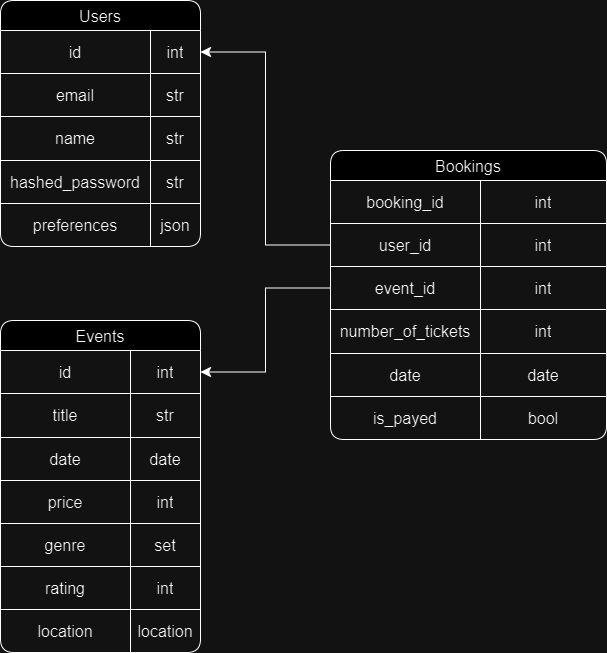
Above: db_scheme/db.png in dkutugin3/TootEvent (draw.io), before the change. Source tidied: cells renumbered, new cells last; positions are measured from the earlier drawing's top-left corner, leaving out a move shared by most shapes.
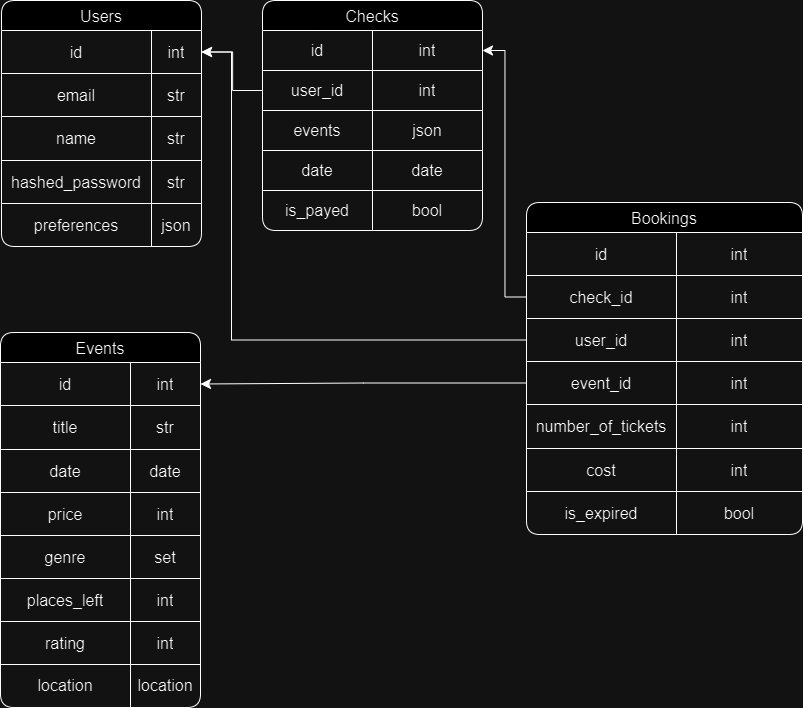
Above is the later version.

Diff of the diagram source:
```diff
@@ -3,7 +3,7 @@
     <mxCell id="0" />
     <mxCell id="1" parent="0" />
     <mxCell id="2" value="Users" style="shape=table;startSize=30;strokeColor=default;fontSize=16;rounded=1;" parent="1" vertex="1">
-      <mxGeometry width="200" height="246" as="geometry" />
+      <mxGeometry y="10" width="200" height="246" as="geometry" />
     </mxCell>
     <mxCell id="3" style="shape=tableRow;horizontal=0;startSize=0;swimlaneHead=0;swimlaneBody=0;strokeColor=inherit;top=0;left=0;bottom=0;right=0;fillColor=none;points=[[0,0.5],[1,0.5]];portConstraint=eastwest;fontSize=16;" parent="2" vertex="1">
       <mxGeometry y="30" width="200" height="43" as="geometry" />
@@ -51,7 +51,7 @@
       <mxGeometry x="150" width="50" height="43" as="geometry" />
     </mxCell>
     <mxCell id="18" value="Events" style="shape=table;startSize=30;strokeColor=default;fontSize=16;rounded=1;" parent="1" vertex="1">
-      <mxGeometry y="320" width="200" height="332" as="geometry" />
+      <mxGeometry x="-1" y="342" width="200" height="375" as="geometry" />
     </mxCell>
     <mxCell id="19" style="shape=tableRow;horizontal=0;startSize=0;swimlaneHead=0;swimlaneBody=0;strokeColor=inherit;top=0;left=0;bottom=0;right=0;fillColor=none;points=[[0,0.5],[1,0.5]];portConstraint=eastwest;fontSize=16;" parent="18" vertex="1">
       <mxGeometry y="30" width="200" height="43" as="geometry" />
@@ -98,8 +98,17 @@
     <mxCell id="33" value="set" style="shape=partialRectangle;html=1;whiteSpace=wrap;strokeColor=inherit;overflow=hidden;fillColor=none;top=0;left=0;bottom=0;right=0;fontSize=16;align=center;" parent="31" vertex="1">
       <mxGeometry x="130" width="70" height="43" as="geometry" />
     </mxCell>
+    <mxCell id="61" style="shape=tableRow;horizontal=0;startSize=0;swimlaneHead=0;swimlaneBody=0;strokeColor=inherit;top=0;left=0;bottom=0;right=0;fillColor=none;fontSize=16;" parent="18" vertex="1">
+      <mxGeometry y="246" width="200" height="43" as="geometry" />
+    </mxCell>
+    <mxCell id="62" value="places_left" style="shape=partialRectangle;html=1;whiteSpace=wrap;strokeColor=inherit;overflow=hidden;fillColor=none;top=0;left=0;bottom=0;right=0;fontSize=16;" parent="61" vertex="1">
+      <mxGeometry width="130" height="43" as="geometry" />
+    </mxCell>
+    <mxCell id="63" value="int" style="shape=partialRectangle;html=1;whiteSpace=wrap;strokeColor=inherit;overflow=hidden;fillColor=none;top=0;left=0;bottom=0;right=0;fontSize=16;align=center;" parent="61" vertex="1">
+      <mxGeometry x="130" width="70" height="43" as="geometry" />
+    </mxCell>
     <mxCell id="34" style="shape=tableRow;horizontal=0;startSize=0;swimlaneHead=0;swimlaneBody=0;strokeColor=inherit;top=0;left=0;bottom=0;right=0;fillColor=none;fontSize=16;" parent="18" vertex="1">
-      <mxGeometry y="246" width="200" height="43" as="geometry" />
+      <mxGeometry y="289" width="200" height="43" as="geometry" />
     </mxCell>
     <mxCell id="35" value="rating" style="shape=partialRectangle;html=1;whiteSpace=wrap;strokeColor=inherit;overflow=hidden;fillColor=none;top=0;left=0;bottom=0;right=0;fontSize=16;" parent="34" vertex="1">
       <mxGeometry width="130" height="43" as="geometry" />
@@ -108,7 +117,7 @@
       <mxGeometry x="130" width="70" height="43" as="geometry" />
     </mxCell>
     <mxCell id="37" style="shape=tableRow;horizontal=0;startSize=0;swimlaneHead=0;swimlaneBody=0;strokeColor=inherit;top=0;left=0;bottom=0;right=0;fillColor=none;fontSize=16;" parent="18" vertex="1">
-      <mxGeometry y="289" width="200" height="43" as="geometry" />
+      <mxGeometry y="332" width="200" height="43" as="geometry" />
     </mxCell>
     <mxCell id="38" value="location" style="shape=partialRectangle;html=1;whiteSpace=wrap;strokeColor=inherit;overflow=hidden;fillColor=none;top=0;left=0;bottom=0;right=0;fontSize=16;" parent="37" vertex="1">
       <mxGeometry width="130" height="43" as="geometry" />
@@ -117,12 +126,12 @@
       <mxGeometry x="130" width="70" height="43" as="geometry" />
     </mxCell>
     <mxCell id="40" value="Bookings" style="shape=table;startSize=30;strokeColor=default;fontSize=16;rounded=1;" parent="1" vertex="1">
-      <mxGeometry x="330" y="150" width="276" height="289" as="geometry" />
+      <mxGeometry x="525" y="212" width="276" height="332" as="geometry" />
     </mxCell>
     <mxCell id="41" style="shape=tableRow;horizontal=0;startSize=0;swimlaneHead=0;swimlaneBody=0;strokeColor=inherit;top=0;left=0;bottom=0;right=0;fillColor=none;fontSize=16;" parent="40" vertex="1">
       <mxGeometry y="30" width="276" height="43" as="geometry" />
     </mxCell>
-    <mxCell id="42" value="booking_id" style="shape=partialRectangle;html=1;whiteSpace=wrap;strokeColor=inherit;overflow=hidden;fillColor=none;top=0;left=0;bottom=0;right=0;fontSize=16;" parent="41" vertex="1">
+    <mxCell id="42" value="id" style="shape=partialRectangle;html=1;whiteSpace=wrap;strokeColor=inherit;overflow=hidden;fillColor=none;top=0;left=0;bottom=0;right=0;fontSize=16;" parent="41" vertex="1">
       <mxGeometry width="150" height="43" as="geometry" />
     </mxCell>
     <mxCell id="43" value="int" style="shape=partialRectangle;html=1;whiteSpace=wrap;strokeColor=inherit;overflow=hidden;fillColor=none;top=0;left=0;bottom=0;right=0;fontSize=16;align=center;" parent="41" vertex="1">
@@ -131,14 +140,23 @@
     <mxCell id="44" style="shape=tableRow;horizontal=0;startSize=0;swimlaneHead=0;swimlaneBody=0;strokeColor=inherit;top=0;left=0;bottom=0;right=0;fillColor=none;points=[[0,0.5],[1,0.5]];portConstraint=eastwest;fontSize=16;" parent="40" vertex="1">
       <mxGeometry y="73" width="276" height="43" as="geometry" />
     </mxCell>
-    <mxCell id="45" value="user_id" style="shape=partialRectangle;html=1;whiteSpace=wrap;strokeColor=inherit;overflow=hidden;fillColor=none;top=0;left=0;bottom=0;right=0;fontSize=16;" parent="44" vertex="1">
+    <mxCell id="45" value="check_id" style="shape=partialRectangle;html=1;whiteSpace=wrap;strokeColor=inherit;overflow=hidden;fillColor=none;top=0;left=0;bottom=0;right=0;fontSize=16;" parent="44" vertex="1">
       <mxGeometry width="150" height="43" as="geometry" />
     </mxCell>
     <mxCell id="46" value="int" style="shape=partialRectangle;html=1;whiteSpace=wrap;strokeColor=inherit;overflow=hidden;fillColor=none;top=0;left=0;bottom=0;right=0;fontSize=16;align=center;" parent="44" vertex="1">
       <mxGeometry x="150" width="126" height="43" as="geometry" />
     </mxCell>
+    <mxCell id="64" style="shape=tableRow;horizontal=0;startSize=0;swimlaneHead=0;swimlaneBody=0;strokeColor=inherit;top=0;left=0;bottom=0;right=0;fillColor=none;points=[[0,0.5],[1,0.5]];portConstraint=eastwest;fontSize=16;" parent="40" vertex="1">
+      <mxGeometry y="116" width="276" height="43" as="geometry" />
+    </mxCell>
+    <mxCell id="65" value="user_id" style="shape=partialRectangle;html=1;whiteSpace=wrap;strokeColor=inherit;overflow=hidden;fillColor=none;top=0;left=0;bottom=0;right=0;fontSize=16;" parent="64" vertex="1">
+      <mxGeometry width="150" height="43" as="geometry" />
+    </mxCell>
+    <mxCell id="66" value="int" style="shape=partialRectangle;html=1;whiteSpace=wrap;strokeColor=inherit;overflow=hidden;fillColor=none;top=0;left=0;bottom=0;right=0;fontSize=16;align=center;" parent="64" vertex="1">
+      <mxGeometry x="150" width="126" height="43" as="geometry" />
+    </mxCell>
     <mxCell id="47" style="shape=tableRow;horizontal=0;startSize=0;swimlaneHead=0;swimlaneBody=0;strokeColor=inherit;top=0;left=0;bottom=0;right=0;fillColor=none;points=[[0,0.5],[1,0.5]];portConstraint=eastwest;fontSize=16;" parent="40" vertex="1">
-      <mxGeometry y="116" width="276" height="43" as="geometry" />
+      <mxGeometry y="159" width="276" height="43" as="geometry" />
     </mxCell>
     <mxCell id="48" value="event_id" style="shape=partialRectangle;html=1;whiteSpace=wrap;strokeColor=inherit;overflow=hidden;fillColor=none;top=0;left=0;bottom=0;right=0;fontSize=16;" parent="47" vertex="1">
       <mxGeometry width="150" height="43" as="geometry" />
@@ -147,7 +165,7 @@
       <mxGeometry x="150" width="126" height="43" as="geometry" />
     </mxCell>
     <mxCell id="50" style="shape=tableRow;horizontal=0;startSize=0;swimlaneHead=0;swimlaneBody=0;strokeColor=inherit;top=0;left=0;bottom=0;right=0;fillColor=none;fontSize=16;" parent="40" vertex="1">
-      <mxGeometry y="159" width="276" height="44" as="geometry" />
+      <mxGeometry y="202" width="276" height="44" as="geometry" />
     </mxCell>
     <mxCell id="51" value="number_of_tickets" style="shape=partialRectangle;html=1;whiteSpace=wrap;strokeColor=inherit;overflow=hidden;fillColor=none;top=0;left=0;bottom=0;right=0;fontSize=16;" parent="50" vertex="1">
       <mxGeometry width="150" height="44" as="geometry" />
@@ -155,29 +173,87 @@
     <mxCell id="52" value="int" style="shape=partialRectangle;html=1;whiteSpace=wrap;strokeColor=inherit;overflow=hidden;fillColor=none;top=0;left=0;bottom=0;right=0;fontSize=16;align=center;" parent="50" vertex="1">
       <mxGeometry x="150" width="126" height="44" as="geometry" />
     </mxCell>
-    <mxCell id="53" style="shape=tableRow;horizontal=0;startSize=0;swimlaneHead=0;swimlaneBody=0;strokeColor=inherit;top=0;left=0;bottom=0;right=0;fillColor=none;fontSize=16;" parent="40" vertex="1">
-      <mxGeometry y="203" width="276" height="43" as="geometry" />
-    </mxCell>
-    <mxCell id="54" value="date" style="shape=partialRectangle;html=1;whiteSpace=wrap;strokeColor=inherit;overflow=hidden;fillColor=none;top=0;left=0;bottom=0;right=0;fontSize=16;" parent="53" vertex="1">
-      <mxGeometry width="150" height="43" as="geometry" />
-    </mxCell>
-    <mxCell id="55" value="date" style="shape=partialRectangle;html=1;whiteSpace=wrap;strokeColor=inherit;overflow=hidden;fillColor=none;top=0;left=0;bottom=0;right=0;fontSize=16;align=center;" parent="53" vertex="1">
-      <mxGeometry x="150" width="126" height="43" as="geometry" />
-    </mxCell>
     <mxCell id="56" style="shape=tableRow;horizontal=0;startSize=0;swimlaneHead=0;swimlaneBody=0;strokeColor=inherit;top=0;left=0;bottom=0;right=0;fillColor=none;fontSize=16;" parent="40" vertex="1">
       <mxGeometry y="246" width="276" height="43" as="geometry" />
     </mxCell>
-    <mxCell id="57" value="is_payed" style="shape=partialRectangle;html=1;whiteSpace=wrap;strokeColor=inherit;overflow=hidden;fillColor=none;top=0;left=0;bottom=0;right=0;fontSize=16;" parent="56" vertex="1">
+    <mxCell id="57" value="cost" style="shape=partialRectangle;html=1;whiteSpace=wrap;strokeColor=inherit;overflow=hidden;fillColor=none;top=0;left=0;bottom=0;right=0;fontSize=16;" parent="56" vertex="1">
       <mxGeometry width="150" height="43" as="geometry" />
     </mxCell>
-    <mxCell id="58" value="bool" style="shape=partialRectangle;html=1;whiteSpace=wrap;strokeColor=inherit;overflow=hidden;fillColor=none;top=0;left=0;bottom=0;right=0;fontSize=16;align=center;" parent="56" vertex="1">
+    <mxCell id="58" value="int" style="shape=partialRectangle;html=1;whiteSpace=wrap;strokeColor=inherit;overflow=hidden;fillColor=none;top=0;left=0;bottom=0;right=0;fontSize=16;align=center;" parent="56" vertex="1">
       <mxGeometry x="150" width="126" height="43" as="geometry" />
     </mxCell>
-    <mxCell id="59" style="edgeStyle=elbowEdgeStyle;elbow=horizontal;endArrow=classic;html=1;curved=0;rounded=0;endSize=8;startSize=8;exitX=0;exitY=0.5;exitDx=0;exitDy=0;entryX=1;entryY=0.5;entryDx=0;entryDy=0;" parent="1" edge="1" source="44" target="3">
-      <mxGeometry relative="1" as="geometry" />
-    </mxCell>
+    <mxCell id="67" style="shape=tableRow;horizontal=0;startSize=0;swimlaneHead=0;swimlaneBody=0;strokeColor=inherit;top=0;left=0;bottom=0;right=0;fillColor=none;fontSize=16;" parent="40" vertex="1">
+      <mxGeometry y="289" width="276" height="43" as="geometry" />
+    </mxCell>
+    <mxCell id="68" value="is_expired" style="shape=partialRectangle;html=1;whiteSpace=wrap;strokeColor=inherit;overflow=hidden;fillColor=none;top=0;left=0;bottom=0;right=0;fontSize=16;" parent="67" vertex="1">
+      <mxGeometry width="150" height="43" as="geometry" />
+    </mxCell>
+    <mxCell id="69" value="bool" style="shape=partialRectangle;html=1;whiteSpace=wrap;strokeColor=inherit;overflow=hidden;fillColor=none;top=0;left=0;bottom=0;right=0;fontSize=16;align=center;" parent="67" vertex="1">
+      <mxGeometry x="150" width="126" height="43" as="geometry" />
+    </mxCell>
     <mxCell id="60" style="edgeStyle=elbowEdgeStyle;elbow=horizontal;endArrow=classic;html=1;curved=0;rounded=0;endSize=8;startSize=8;exitX=0;exitY=0.5;exitDx=0;exitDy=0;entryX=1;entryY=0.5;entryDx=0;entryDy=0;" parent="1" edge="1" source="47" target="19">
       <mxGeometry relative="1" as="geometry" />
     </mxCell>
+    <mxCell id="70" value="Checks" style="shape=table;startSize=30;strokeColor=default;fontSize=16;rounded=1;" parent="1" vertex="1">
+      <mxGeometry x="261" y="10" width="220" height="230" as="geometry" />
+    </mxCell>
+    <mxCell id="71" style="shape=tableRow;horizontal=0;startSize=0;swimlaneHead=0;swimlaneBody=0;strokeColor=inherit;top=0;left=0;bottom=0;right=0;fillColor=none;points=[[0,0.5],[1,0.5]];portConstraint=eastwest;fontSize=16;" parent="70" vertex="1">
+      <mxGeometry y="30" width="220" height="40" as="geometry" />
+    </mxCell>
+    <mxCell id="72" value="id" style="shape=partialRectangle;html=1;whiteSpace=wrap;strokeColor=inherit;overflow=hidden;fillColor=none;top=0;left=0;bottom=0;right=0;fontSize=16;" parent="71" vertex="1">
+      <mxGeometry width="110" height="40" as="geometry" />
+    </mxCell>
+    <mxCell id="73" value="int" style="shape=partialRectangle;html=1;whiteSpace=wrap;strokeColor=inherit;overflow=hidden;fillColor=none;top=0;left=0;bottom=0;right=0;fontSize=16;" parent="71" vertex="1">
+      <mxGeometry x="110" width="110" height="40" as="geometry" />
+    </mxCell>
+    <mxCell id="74" style="shape=tableRow;horizontal=0;startSize=0;swimlaneHead=0;swimlaneBody=0;strokeColor=inherit;top=0;left=0;bottom=0;right=0;fillColor=none;points=[[0,0.5],[1,0.5]];portConstraint=eastwest;fontSize=16;" parent="70" vertex="1">
+      <mxGeometry y="70" width="220" height="40" as="geometry" />
+    </mxCell>
+    <mxCell id="75" value="user_id" style="shape=partialRectangle;html=1;whiteSpace=wrap;strokeColor=inherit;overflow=hidden;fillColor=none;top=0;left=0;bottom=0;right=0;fontSize=16;" parent="74" vertex="1">
+      <mxGeometry width="110" height="40" as="geometry" />
+    </mxCell>
+    <mxCell id="76" value="int" style="shape=partialRectangle;html=1;whiteSpace=wrap;strokeColor=inherit;overflow=hidden;fillColor=none;top=0;left=0;bottom=0;right=0;fontSize=16;" parent="74" vertex="1">
+      <mxGeometry x="110" width="110" height="40" as="geometry" />
+    </mxCell>
+    <mxCell id="77" style="shape=tableRow;horizontal=0;startSize=0;swimlaneHead=0;swimlaneBody=0;strokeColor=inherit;top=0;left=0;bottom=0;right=0;fillColor=none;fontSize=16;" parent="70" vertex="1">
+      <mxGeometry y="110" width="220" height="40" as="geometry" />
+    </mxCell>
+    <mxCell id="78" value="events" style="shape=partialRectangle;html=1;whiteSpace=wrap;strokeColor=inherit;overflow=hidden;fillColor=none;top=0;left=0;bottom=0;right=0;fontSize=16;" parent="77" vertex="1">
+      <mxGeometry width="110" height="40" as="geometry" />
+    </mxCell>
+    <mxCell id="79" value="json" style="shape=partialRectangle;html=1;whiteSpace=wrap;strokeColor=inherit;overflow=hidden;fillColor=none;top=0;left=0;bottom=0;right=0;fontSize=16;" parent="77" vertex="1">
+      <mxGeometry x="110" width="110" height="40" as="geometry" />
+    </mxCell>
+    <mxCell id="80" style="shape=tableRow;horizontal=0;startSize=0;swimlaneHead=0;swimlaneBody=0;strokeColor=inherit;top=0;left=0;bottom=0;right=0;fillColor=none;fontSize=16;" parent="70" vertex="1">
+      <mxGeometry y="150" width="220" height="40" as="geometry" />
+    </mxCell>
+    <mxCell id="81" value="date" style="shape=partialRectangle;html=1;whiteSpace=wrap;strokeColor=inherit;overflow=hidden;fillColor=none;top=0;left=0;bottom=0;right=0;fontSize=16;" parent="80" vertex="1">
+      <mxGeometry width="110" height="40" as="geometry" />
+    </mxCell>
+    <mxCell id="82" value="date" style="shape=partialRectangle;html=1;whiteSpace=wrap;strokeColor=inherit;overflow=hidden;fillColor=none;top=0;left=0;bottom=0;right=0;fontSize=16;" parent="80" vertex="1">
+      <mxGeometry x="110" width="110" height="40" as="geometry" />
+    </mxCell>
+    <mxCell id="83" style="shape=tableRow;horizontal=0;startSize=0;swimlaneHead=0;swimlaneBody=0;strokeColor=inherit;top=0;left=0;bottom=0;right=0;fillColor=none;fontSize=16;" parent="70" vertex="1">
+      <mxGeometry y="190" width="220" height="40" as="geometry" />
+    </mxCell>
+    <mxCell id="84" value="is_payed" style="shape=partialRectangle;html=1;whiteSpace=wrap;strokeColor=inherit;overflow=hidden;fillColor=none;top=0;left=0;bottom=0;right=0;fontSize=16;" parent="83" vertex="1">
+      <mxGeometry width="110" height="40" as="geometry" />
+    </mxCell>
+    <mxCell id="85" value="bool" style="shape=partialRectangle;html=1;whiteSpace=wrap;strokeColor=inherit;overflow=hidden;fillColor=none;top=0;left=0;bottom=0;right=0;fontSize=16;" parent="83" vertex="1">
+      <mxGeometry x="110" width="110" height="40" as="geometry" />
+    </mxCell>
+    <mxCell id="86" style="edgeStyle=elbowEdgeStyle;elbow=horizontal;endArrow=classic;html=1;curved=0;rounded=0;endSize=8;startSize=8;entryX=1;entryY=0.5;entryDx=0;entryDy=0;exitX=0;exitY=0.5;exitDx=0;exitDy=0;" parent="1" edge="1" source="74" target="3">
+      <mxGeometry relative="1" as="geometry" />
+    </mxCell>
+    <mxCell id="87" style="edgeStyle=elbowEdgeStyle;elbow=horizontal;endArrow=classic;html=1;curved=0;rounded=0;endSize=8;startSize=8;exitX=0;exitY=0.5;exitDx=0;exitDy=0;" parent="1" edge="1" source="44" target="71">
+      <mxGeometry relative="1" as="geometry" />
+    </mxCell>
+    <mxCell id="88" style="edgeStyle=elbowEdgeStyle;elbow=horizontal;endArrow=classic;html=1;curved=0;rounded=0;endSize=8;startSize=8;exitX=0;exitY=0.5;exitDx=0;exitDy=0;" parent="1" edge="1" source="64" target="3">
+      <mxGeometry relative="1" as="geometry">
+        <Array as="points">
+          <mxPoint x="230" y="210" />
+        </Array>
+      </mxGeometry>
+    </mxCell>
   </root>
 </mxGraphModel>
```
